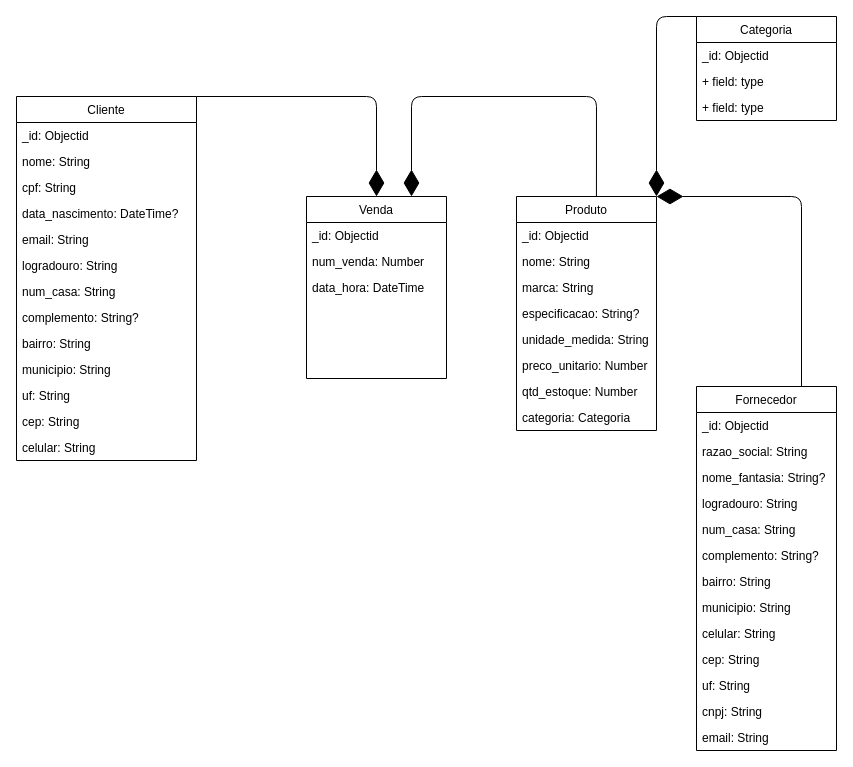
This is docs/NoAM.drawio from faustocintra/bn-not-2024-2, a draw.io file, before an edit. Source tidied: cells renumbered, new cells numbered last; positions are measured from the earlier drawing's top-left corner, leaving out a move shared by most shapes. Both pictures are drawn from the tidied source at 100%, with x=0, y=0 at pixel (16, 16).
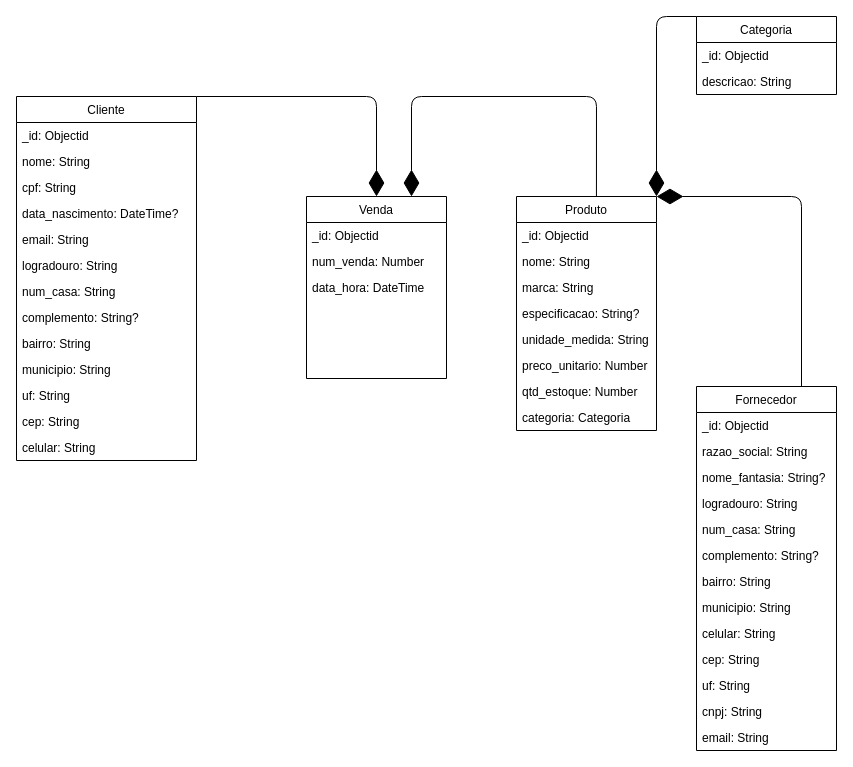
The same page after the edit.

Commit message:
(26/08) Início do diagrama NoAM

Change to the diagram source:
```diff
@@
     <mxCell id="48" value="Categoria" style="swimlane;fontStyle=0;horizontal=1;startSize=26;fillColor=none;" parent="1" vertex="1">
-      <mxGeometry x="680" width="140" height="104" as="geometry" />
+      <mxGeometry x="680" width="140" height="78" as="geometry" />
     </mxCell>
@@
-    <mxCell id="50" value="+ field: type" style="text;strokeColor=none;fillColor=none;align=left;verticalAlign=top;spacingLeft=4;spacingRight=4;overflow=hidden;" parent="48" vertex="1">
+    <mxCell id="50" value="descricao: String" style="text;strokeColor=none;fillColor=none;align=left;verticalAlign=top;spacingLeft=4;spacingRight=4;overflow=hidden;" parent="48" vertex="1">
       <mxGeometry y="52" width="140" height="26" as="geometry" />
     </mxCell>
-    <mxCell id="51" value="+ field: type" style="text;strokeColor=none;fillColor=none;align=left;verticalAlign=top;spacingLeft=4;spacingRight=4;overflow=hidden;" parent="48" vertex="1">
-      <mxGeometry y="78" width="140" height="26" as="geometry" />
-    </mxCell>
```
